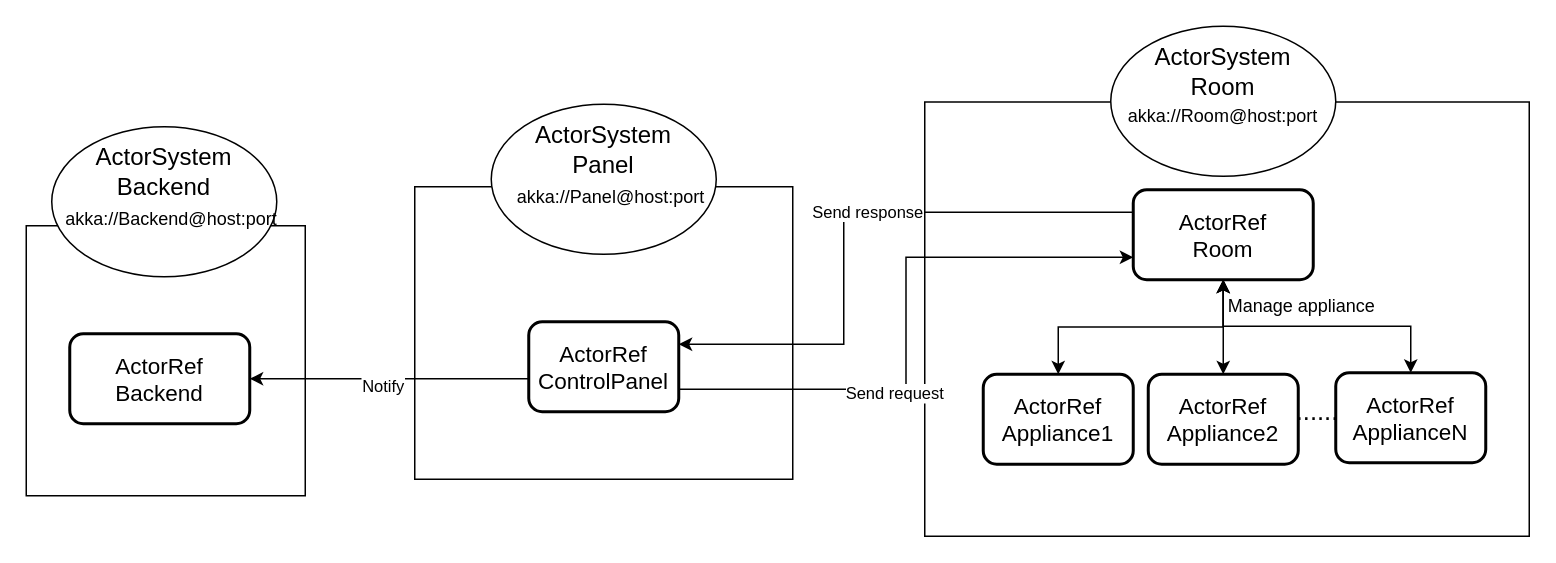
This is Actors scheme .drawio from MassimilianoRoccamena/MTDS-Project, a draw.io file, before an edit. Source tidied: cells renumbered, new cells numbered last; positions are measured from the earlier drawing's top-left corner, leaving out a move shared by most shapes. Both pictures are drawn from the tidied source at 150%, with x=0, y=0 at pixel (26, 26).
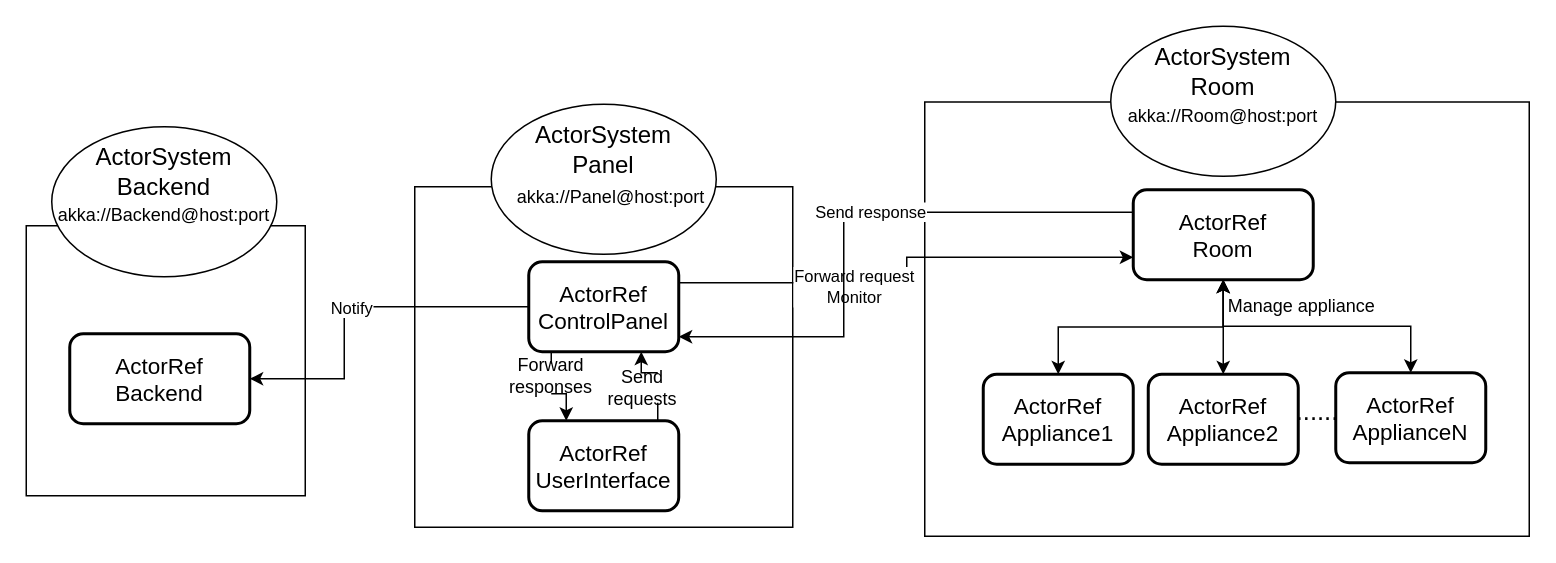
The same diagram, later.

The change refers to these unchanged cells:
```xml
<mxCell id="8" value="&lt;span style=&quot;font-size: 15px&quot;&gt;ActorRef&lt;br&gt;Backend&lt;br&gt;&lt;/span&gt;" style="rounded=1;whiteSpace=wrap;html=1;strokeWidth=2;" parent="1" vertex="1">
  <mxGeometry x="29" y="205" width="120" height="60" as="geometry" />
</mxCell>
<mxCell id="19" value="&lt;span style=&quot;font-size: 15px&quot;&gt;ActorRef&lt;br&gt;Room&lt;br&gt;&lt;/span&gt;" style="rounded=1;whiteSpace=wrap;html=1;strokeWidth=2;" parent="1" vertex="1">
  <mxGeometry x="738" y="109" width="120" height="60" as="geometry" />
</mxCell>
```

What changed in the source:
```diff
@@
+    <mxCell id="4" style="whiteSpace=wrap;html=1;" parent="1" vertex="1">
+      <mxGeometry x="259" y="107" width="252" height="227" as="geometry" />
+    </mxCell>
@@
-    <mxCell id="4" style="whiteSpace=wrap;html=1;" parent="1" vertex="1">
-      <mxGeometry x="259" y="107" width="252" height="195" as="geometry" />
-    </mxCell>
@@
-    <mxCell id="9" style="edgeStyle=orthogonalEdgeStyle;rounded=0;jettySize=auto;html=1;entryX=1;entryY=0.5;entryDx=0;entryDy=0;" parent="1" edge="1" source="13" target="8">
+    <mxCell id="9" style="edgeStyle=orthogonalEdgeStyle;rounded=0;jettySize=auto;html=1;entryX=1;entryY=0.5;entryDx=0;entryDy=0;exitX=0;exitY=0.5;exitDx=0;exitDy=0;" parent="1" edge="1" source="13" target="8">
       <mxGeometry relative="1" as="geometry">
         <Array as="points">
-          <mxPoint x="331" y="235" />
-          <mxPoint x="331" y="235" />
+          <mxPoint x="212" y="187" />
+          <mxPoint x="212" y="235" />
         </Array>
       </mxGeometry>
     </mxCell>
@@
-    <mxCell id="11" style="edgeStyle=orthogonalEdgeStyle;rounded=0;jettySize=auto;html=1;exitX=1;exitY=0.75;exitDx=0;exitDy=0;entryX=0;entryY=0.75;entryDx=0;entryDy=0;startArrow=none;startFill=0;" parent="1" edge="1" source="13" target="19">
-      <mxGeometry relative="1" as="geometry" />
+    <mxCell id="11" style="edgeStyle=orthogonalEdgeStyle;rounded=0;jettySize=auto;html=1;exitX=1;exitY=0.25;exitDx=0;exitDy=0;entryX=0;entryY=0.75;entryDx=0;entryDy=0;startArrow=none;startFill=0;" parent="1" edge="1" source="13" target="19">
+      <mxGeometry relative="1" as="geometry">
+        <Array as="points">
+          <mxPoint x="435" y="171" />
+          <mxPoint x="587" y="171" />
+          <mxPoint x="587" y="154" />
+        </Array>
+      </mxGeometry>
     </mxCell>
-    <mxCell id="12" value="Send request" style="edgeLabel;html=1;align=center;verticalAlign=middle;" parent="11" vertex="1">
+    <mxCell id="12" value="Forward request&lt;br&gt;Monitor" style="edgeLabel;html=1;align=center;verticalAlign=middle;" parent="11" vertex="1">
       <mxGeometry x="-0.27" y="-2" relative="1" as="geometry" />
     </mxCell>
+    <mxCell id="31" style="edgeStyle=orthogonalEdgeStyle;rounded=0;jettySize=auto;html=1;entryX=0.25;entryY=0;entryDx=0;entryDy=0;exitX=0.25;exitY=1;exitDx=0;exitDy=0;startArrow=none;" parent="1" edge="1" target="33">
+      <mxGeometry relative="1" as="geometry">
+        <mxPoint x="350" y="245" as="sourcePoint" />
+      </mxGeometry>
+    </mxCell>
     <mxCell id="13" value="&lt;font style=&quot;font-size: 15px&quot;&gt;ActorRef&lt;br&gt;ControlPanel&lt;br&gt;&lt;/font&gt;" style="rounded=1;whiteSpace=wrap;html=1;strokeWidth=2;" parent="1" vertex="1">
-      <mxGeometry x="335" y="197" width="100" height="60" as="geometry" />
+      <mxGeometry x="335" y="157" width="100" height="60" as="geometry" />
     </mxCell>
@@
-    <mxCell id="17" style="edgeStyle=orthogonalEdgeStyle;rounded=0;jettySize=auto;html=1;exitX=0;exitY=0.25;exitDx=0;exitDy=0;entryX=1;entryY=0.25;entryDx=0;entryDy=0;startArrow=none;startFill=0;" parent="1" edge="1" source="19" target="13">
+    <mxCell id="17" style="edgeStyle=orthogonalEdgeStyle;rounded=0;jettySize=auto;html=1;exitX=0;exitY=0.25;exitDx=0;exitDy=0;startArrow=none;startFill=0;" parent="1" edge="1" source="19">
       <mxGeometry relative="1" as="geometry">
+        <mxPoint x="435" y="207" as="targetPoint" />
         <Array as="points">
           <mxPoint x="545" y="124" />
-          <mxPoint x="545" y="212" />
+          <mxPoint x="545" y="207" />
         </Array>
       </mxGeometry>
     </mxCell>
@@
     <mxCell id="28" value="akka://Backend@host:port" style="text;html=1;strokeColor=none;fillColor=none;align=center;verticalAlign=middle;whiteSpace=wrap;rounded=0;" parent="1" vertex="1">
-      <mxGeometry x="77" y="119" width="40" height="20" as="geometry" />
+      <mxGeometry x="72" y="116" width="40" height="20" as="geometry" />
     </mxCell>
@@
+    <mxCell id="32" style="edgeStyle=orthogonalEdgeStyle;rounded=0;jettySize=auto;html=1;entryX=0.75;entryY=1;entryDx=0;entryDy=0;exitX=0.75;exitY=0;exitDx=0;exitDy=0;startArrow=none;" parent="1" edge="1" source="36" target="13">
+      <mxGeometry relative="1" as="geometry" />
+    </mxCell>
+    <mxCell id="33" value="&lt;font style=&quot;font-size: 15px&quot;&gt;ActorRef&lt;br&gt;UserInterface&lt;br&gt;&lt;/font&gt;" style="rounded=1;whiteSpace=wrap;html=1;strokeWidth=2;" parent="1" vertex="1">
+      <mxGeometry x="335" y="263" width="100" height="60" as="geometry" />
+    </mxCell>
+    <mxCell id="34" style="edgeStyle=orthogonalEdgeStyle;rounded=0;jettySize=auto;html=1;entryX=0.25;entryY=0;entryDx=0;entryDy=0;exitX=0.25;exitY=1;exitDx=0;exitDy=0;endArrow=none;" parent="1" edge="1" source="13">
+      <mxGeometry relative="1" as="geometry">
+        <mxPoint x="350" y="225" as="targetPoint" />
+      </mxGeometry>
+    </mxCell>
+    <mxCell id="35" value="Forward responses" style="text;html=1;strokeColor=none;fillColor=none;align=center;verticalAlign=middle;whiteSpace=wrap;rounded=0;" parent="1" vertex="1">
+      <mxGeometry x="330" y="223" width="40" height="20" as="geometry" />
+    </mxCell>
+    <mxCell id="36" value="Send requests" style="text;html=1;strokeColor=none;fillColor=none;align=center;verticalAlign=middle;whiteSpace=wrap;rounded=0;" parent="1" vertex="1">
+      <mxGeometry x="391" y="231" width="40" height="20" as="geometry" />
+    </mxCell>
+    <mxCell id="37" style="edgeStyle=orthogonalEdgeStyle;rounded=0;jettySize=auto;html=1;entryX=0.75;entryY=1;entryDx=0;entryDy=0;exitX=0.75;exitY=0;exitDx=0;exitDy=0;endArrow=none;" parent="1" edge="1" source="33" target="36">
+      <mxGeometry relative="1" as="geometry" />
+    </mxCell>
```
